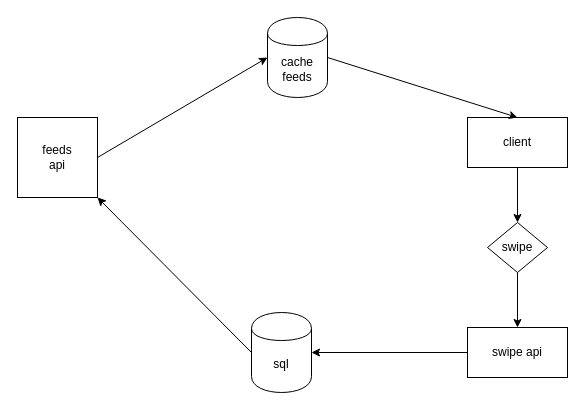
Before: skill-swap.drawio in TenpennyUMFPOS/skill-swap, a draw.io diagram. Source tidied: cells renumbered, new cells numbered last; positions are measured from the earlier drawing's top-left corner, leaving out a move shared by most shapes. Both pictures are drawn from the tidied source at 100%, with x=0, y=0 at pixel (17, 17).
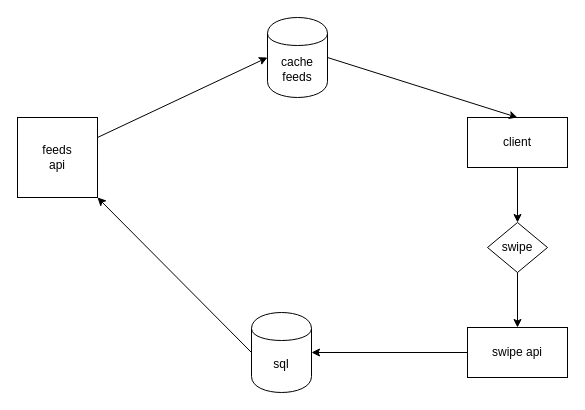
The same diagram, later.

Commit message:
Mettre à jour skill-swap.drawio

Diff of the diagram source:
```diff
@@
 <mxGraphModel>
   <root>
     <mxCell id="0" />
     <mxCell id="1" parent="0" />
     <mxCell id="2" value="sql" style="shape=cylinder;whiteSpace=wrap;html=1;boundedLbl=1;backgroundOutline=1;" parent="1" vertex="1">
       <mxGeometry x="234" y="295" width="60" height="80" as="geometry" />
     </mxCell>
     <mxCell id="3" value="feeds&lt;br&gt;api" style="whiteSpace=wrap;html=1;" parent="1" vertex="1">
       <mxGeometry y="100" width="80" height="80" as="geometry" />
     </mxCell>
     <mxCell id="4" value="swipe" style="shape=rhombus;html=1;dashed=0;whiteSpace=wrap;perimeter=rhombusPerimeter;" parent="1" vertex="1">
       <mxGeometry x="470" y="205" width="60" height="50" as="geometry" />
     </mxCell>
     <mxCell id="5" value="client" style="html=1;dashed=0;whiteSpace=wrap;" parent="1" vertex="1">
       <mxGeometry x="450" y="100" width="100" height="50" as="geometry" />
     </mxCell>
     <mxCell id="6" value="swipe api" style="html=1;dashed=0;whiteSpace=wrap;" parent="1" vertex="1">
       <mxGeometry x="450" y="310" width="100" height="50" as="geometry" />
     </mxCell>
     <mxCell id="7" style="endArrow=classic;html=1;rounded=0;exitX=0.5;exitY=1;exitDx=0;exitDy=0;entryX=0.5;entryY=0;entryDx=0;entryDy=0;" parent="1" edge="1" source="5" target="4">
       <mxGeometry relative="1" as="geometry" />
     </mxCell>
     <mxCell id="8" style="endArrow=classic;html=1;rounded=0;exitX=0.5;exitY=1;exitDx=0;exitDy=0;entryX=0.5;entryY=0;entryDx=0;entryDy=0;" parent="1" edge="1" source="4" target="6">
       <mxGeometry relative="1" as="geometry" />
     </mxCell>
     <mxCell id="9" style="endArrow=classic;html=1;rounded=0;entryX=1;entryY=0.5;entryDx=0;entryDy=0;exitX=0;exitY=0.5;exitDx=0;exitDy=0;" parent="1" edge="1" source="6" target="2">
       <mxGeometry relative="1" as="geometry" />
     </mxCell>
     <mxCell id="10" style="endArrow=classic;html=1;rounded=0;entryX=1;entryY=1;entryDx=0;entryDy=0;exitX=0;exitY=0.5;exitDx=0;exitDy=0;" parent="1" edge="1" source="2" target="3">
       <mxGeometry relative="1" as="geometry" />
     </mxCell>
     <mxCell id="11" value="cache&lt;br&gt;feeds" style="shape=cylinder;whiteSpace=wrap;html=1;boundedLbl=1;backgroundOutline=1;" parent="1" vertex="1">
       <mxGeometry x="250" width="60" height="80" as="geometry" />
     </mxCell>
-    <mxCell id="12" style="endArrow=classic;html=1;rounded=0;exitX=1;exitY=0.5;exitDx=0;exitDy=0;entryX=0;entryY=0.5;entryDx=0;entryDy=0;" parent="1" edge="1" source="3" target="11">
+    <mxCell id="12" style="endArrow=classic;html=1;rounded=0;exitX=1;exitY=0.25;exitDx=0;exitDy=0;entryX=0;entryY=0.5;entryDx=0;entryDy=0;" parent="1" edge="1" source="3" target="11">
       <mxGeometry relative="1" as="geometry" />
     </mxCell>
     <mxCell id="13" style="endArrow=classic;html=1;rounded=0;exitX=1;exitY=0.5;exitDx=0;exitDy=0;entryX=0.5;entryY=0;entryDx=0;entryDy=0;" parent="1" edge="1" source="11" target="5">
       <mxGeometry relative="1" as="geometry" />
     </mxCell>
   </root>
 </mxGraphModel>
```
